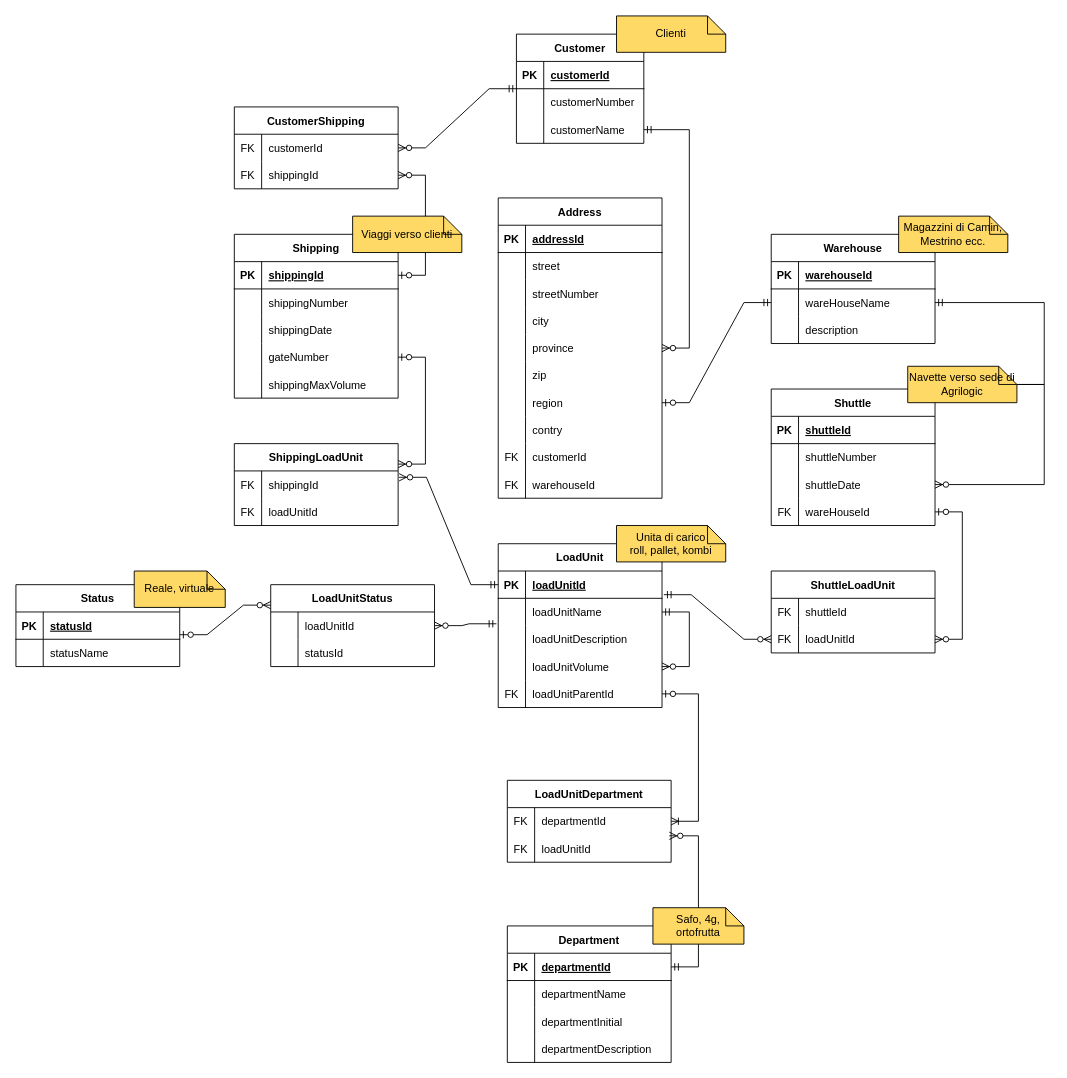
The draw.io diagram arcadia_db.drawio in gh0stb1t-dev/arcadia, before the edit. Source tidied: cells renumbered, new cells numbered last; positions are measured from the earlier drawing's top-left corner, leaving out a move shared by most shapes. Both pictures are drawn from the tidied source at 91%, with x=0, y=0 at pixel (15, 15).
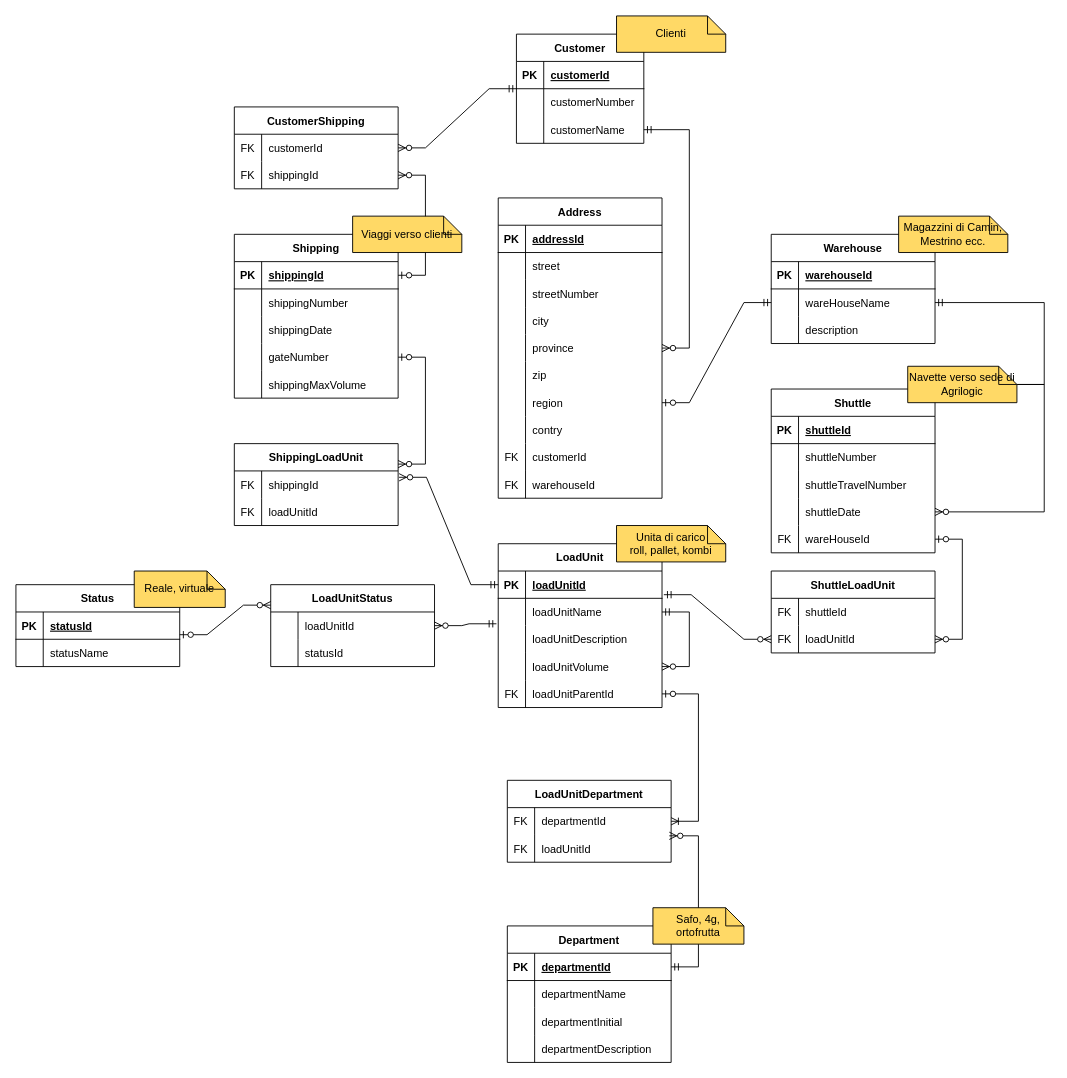
The same diagram, later.

Change to the diagram source:
```diff
@@
     <mxCell id="106" value="Shuttle" style="shape=table;startSize=30;childLayout=tableLayout;rowLines=0;fontStyle=1;align=center;" parent="1" vertex="1">
-      <mxGeometry x="830" y="410" width="180" height="150" as="geometry" />
+      <mxGeometry x="830" y="410" width="180" height="180" as="geometry" />
     </mxCell>
@@
+    <mxCell id="175" style="shape=tableRow;horizontal=0;startSize=0;swimlaneHead=0;swimlaneBody=0;fillColor=none;top=0;left=0;right=0;bottom=0;" parent="106" vertex="1">
+      <mxGeometry y="90" width="180" height="30" as="geometry" />
+    </mxCell>
+    <mxCell id="176" style="shape=partialRectangle;fillColor=none;top=0;left=0;bottom=0;right=0;overflow=hidden;" parent="175" vertex="1">
+      <mxGeometry width="30" height="30" as="geometry" />
+    </mxCell>
+    <mxCell id="177" value="shuttleTravelNumber" style="shape=partialRectangle;fillColor=none;top=0;left=0;bottom=0;right=0;align=left;spacingLeft=6;overflow=hidden;" parent="175" vertex="1">
+      <mxGeometry x="30" width="150" height="30" as="geometry" />
+    </mxCell>
     <mxCell id="113" style="shape=tableRow;horizontal=0;startSize=0;swimlaneHead=0;swimlaneBody=0;fillColor=none;points=[[0,0.5],[1,0.5]];portConstraint=eastwest;top=0;left=0;right=0;bottom=0;" parent="106" vertex="1">
-      <mxGeometry y="90" width="180" height="30" as="geometry" />
+      <mxGeometry y="120" width="180" height="30" as="geometry" />
     </mxCell>
@@
     <mxCell id="116" style="shape=tableRow;horizontal=0;startSize=0;swimlaneHead=0;swimlaneBody=0;fillColor=none;points=[[0,0.5],[1,0.5]];portConstraint=eastwest;top=0;left=0;right=0;bottom=0;" parent="106" vertex="1">
-      <mxGeometry y="120" width="180" height="30" as="geometry" />
+      <mxGeometry y="150" width="180" height="30" as="geometry" />
     </mxCell>
```
